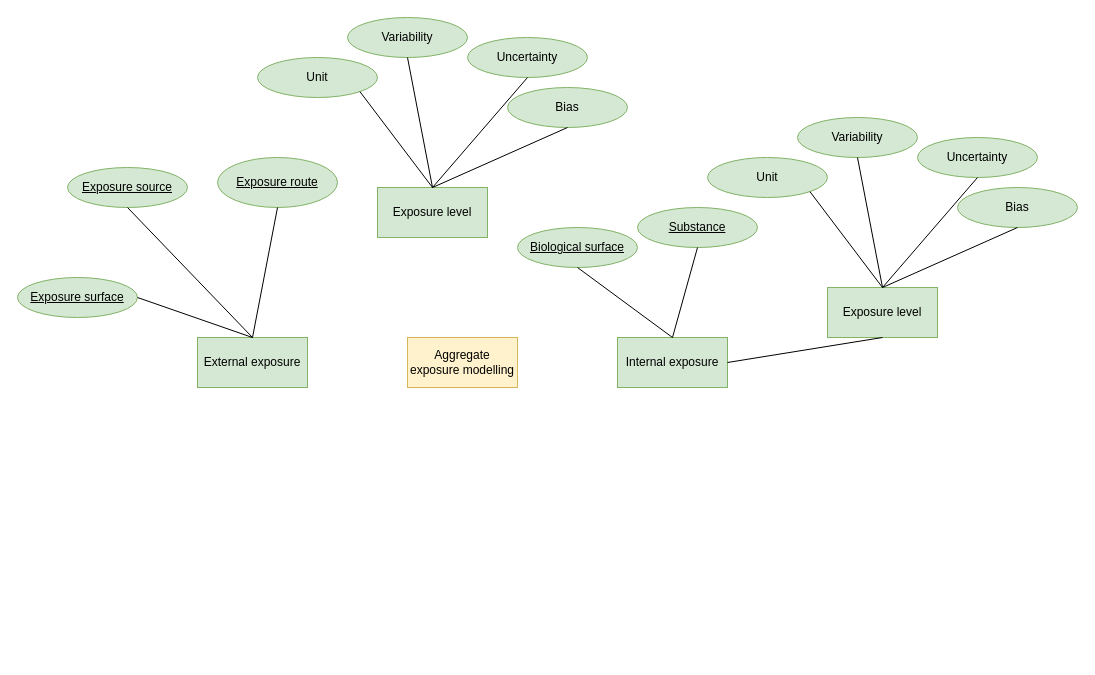
Earlier version of the draw.io diagram Aggregate-Diagram.drawio (jwkruisselbrink/parc-aggregate-exposure-modelling). Source tidied: cells renumbered, new cells numbered last; positions are measured from the earlier drawing's top-left corner, leaving out a move shared by most shapes. Both pictures are drawn from the tidied source at 100%, with x=0, y=0 at pixel (17, 17).
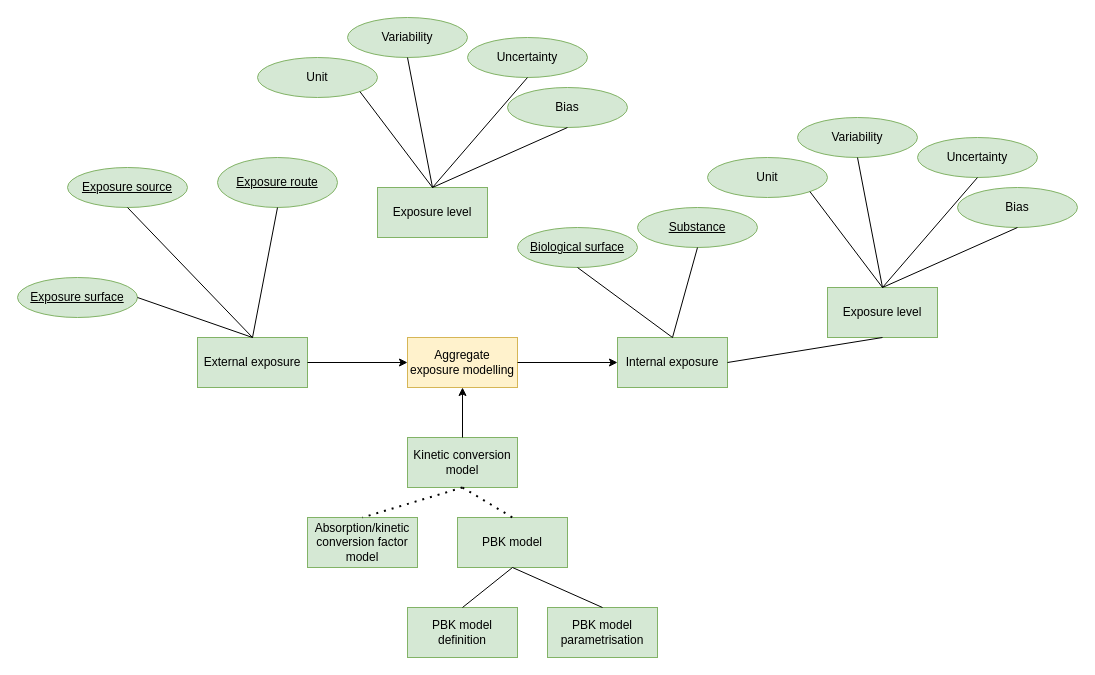
The same page after the edit.

The change refers to these unchanged cells:
```xml
<mxCell id="2" value="External exposure" style="rounded=0;whiteSpace=wrap;html=1;fillColor=#d5e8d4;strokeColor=#82b366;" parent="1" vertex="1">
  <mxGeometry x="180" y="320" width="110" height="50" as="geometry" />
</mxCell>
<mxCell id="3" value="Aggregate exposure modelling" style="rounded=0;whiteSpace=wrap;html=1;fillColor=#fff2cc;strokeColor=#d6b656;" parent="1" vertex="1">
  <mxGeometry x="390" y="320" width="110" height="50" as="geometry" />
</mxCell>
<mxCell id="4" value="Internal exposure" style="rounded=0;whiteSpace=wrap;html=1;fillColor=#d5e8d4;strokeColor=#82b366;" parent="1" vertex="1">
  <mxGeometry x="600" y="320" width="110" height="50" as="geometry" />
</mxCell>
```

Change to the diagram source:
```diff
@@
+    <mxCell id="34" style="endArrow=classic;html=1;rounded=0;exitX=1;exitY=0.5;exitDx=0;exitDy=0;entryX=0;entryY=0.5;entryDx=0;entryDy=0;" parent="1" edge="1" source="2" target="3">
+      <mxGeometry relative="1" as="geometry" />
+    </mxCell>
+    <mxCell id="35" style="endArrow=classic;html=1;rounded=0;exitX=1;exitY=0.5;exitDx=0;exitDy=0;entryX=0;entryY=0.5;entryDx=0;entryDy=0;" parent="1" edge="1" source="3" target="4">
+      <mxGeometry relative="1" as="geometry" />
+    </mxCell>
+    <mxCell id="36" value="Kinetic conversion model" style="rounded=0;whiteSpace=wrap;html=1;fillColor=#d5e8d4;strokeColor=#82b366;" parent="1" vertex="1">
+      <mxGeometry x="390" y="420" width="110" height="50" as="geometry" />
+    </mxCell>
+    <mxCell id="37" style="endArrow=classic;html=1;rounded=0;exitX=0.5;exitY=0;exitDx=0;exitDy=0;entryX=0.5;entryY=1;entryDx=0;entryDy=0;" parent="1" edge="1" source="36" target="3">
+      <mxGeometry relative="1" as="geometry" />
+    </mxCell>
+    <mxCell id="38" value="PBK model" style="rounded=0;whiteSpace=wrap;html=1;fillColor=#d5e8d4;strokeColor=#82b366;" parent="1" vertex="1">
+      <mxGeometry x="440" y="500" width="110" height="50" as="geometry" />
+    </mxCell>
+    <mxCell id="39" value="Absorption/kinetic conversion factor model" style="rounded=0;whiteSpace=wrap;html=1;fillColor=#d5e8d4;strokeColor=#82b366;" parent="1" vertex="1">
+      <mxGeometry x="290" y="500" width="110" height="50" as="geometry" />
+    </mxCell>
+    <mxCell id="40" value="PBK model definition" style="rounded=0;whiteSpace=wrap;html=1;fillColor=#d5e8d4;strokeColor=#82b366;" parent="1" vertex="1">
+      <mxGeometry x="390" y="590" width="110" height="50" as="geometry" />
+    </mxCell>
+    <mxCell id="41" value="PBK model parametrisation" style="rounded=0;whiteSpace=wrap;html=1;fillColor=#d5e8d4;strokeColor=#82b366;" parent="1" vertex="1">
+      <mxGeometry x="530" y="590" width="110" height="50" as="geometry" />
+    </mxCell>
+    <mxCell id="42" style="endArrow=none;html=1;rounded=0;entryX=0.5;entryY=0;entryDx=0;entryDy=0;exitX=0.5;exitY=1;exitDx=0;exitDy=0;" parent="1" edge="1" source="38" target="41">
+      <mxGeometry relative="1" as="geometry" />
+    </mxCell>
+    <mxCell id="43" style="endArrow=none;html=1;rounded=0;entryX=0.5;entryY=0;entryDx=0;entryDy=0;exitX=0.5;exitY=1;exitDx=0;exitDy=0;" parent="1" edge="1" source="38" target="40">
+      <mxGeometry relative="1" as="geometry" />
+    </mxCell>
+    <mxCell id="44" style="endArrow=none;dashed=1;html=1;dashPattern=1 3;strokeWidth=2;rounded=0;entryX=0.5;entryY=0;entryDx=0;entryDy=0;exitX=0.5;exitY=1;exitDx=0;exitDy=0;" parent="1" edge="1" source="36" target="38">
+      <mxGeometry relative="1" as="geometry" />
+    </mxCell>
+    <mxCell id="45" style="endArrow=none;dashed=1;html=1;dashPattern=1 3;strokeWidth=2;rounded=0;entryX=0.5;entryY=0;entryDx=0;entryDy=0;exitX=0.5;exitY=1;exitDx=0;exitDy=0;" parent="1" edge="1" source="36" target="39">
+      <mxGeometry relative="1" as="geometry" />
+    </mxCell>
```
